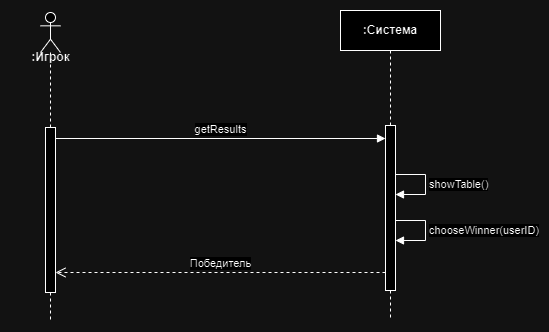
This is images/lab3.p2.png from Katya-tch/RTIPPO, a draw.io export, as it was before one commit. Source tidied: cells renumbered, new cells last; positions are measured from the earlier drawing's top-left corner, leaving out a move shared by most shapes. Source of this version:
```xml
<mxGraphModel>
  <root>
    <mxCell id="0" />
    <mxCell id="1" parent="0" />
    <mxCell id="2" value="&lt;div&gt;&lt;br&gt;&lt;/div&gt;" style="shape=umlLifeline;perimeter=lifelinePerimeter;whiteSpace=wrap;html=1;newEdgeStyle={&quot;curved&quot;:0,&quot;rounded&quot;:0};participant=umlActor;" parent="1" vertex="1">
      <mxGeometry x="30" y="2" width="20" height="308" as="geometry" />
    </mxCell>
    <mxCell id="3" style="html=1;perimeter=orthogonalPerimeter;targetShapes=umlLifeline;newEdgeStyle={&quot;curved&quot;:0,&quot;rounded&quot;:0};" parent="2" vertex="1">
      <mxGeometry x="5" y="115" width="10" height="165" as="geometry" />
    </mxCell>
    <mxCell id="4" value=":Система" style="shape=umlLifeline;perimeter=lifelinePerimeter;whiteSpace=wrap;html=1;newEdgeStyle={&quot;curved&quot;:0,&quot;rounded&quot;:0};fontStyle=1;" parent="1" vertex="1">
      <mxGeometry x="330" width="100" height="310" as="geometry" />
    </mxCell>
    <mxCell id="5" style="html=1;perimeter=orthogonalPerimeter;targetShapes=umlLifeline;newEdgeStyle={&quot;curved&quot;:0,&quot;rounded&quot;:0};" parent="4" vertex="1">
      <mxGeometry x="45" y="115" width="10" height="165" as="geometry" />
    </mxCell>
    <mxCell id="6" value="getResults" style="html=1;verticalAlign=bottom;endArrow=block;curved=0;rounded=0;" parent="1" edge="1">
      <mxGeometry relative="1" as="geometry">
        <mxPoint x="45" y="128" as="sourcePoint" />
        <mxPoint x="375" y="128" as="targetPoint" />
      </mxGeometry>
    </mxCell>
    <mxCell id="7" value=":Игрок" style="text;align=center;fontStyle=1;verticalAlign=middle;spacingLeft=3;spacingRight=3;strokeColor=none;html=1;" parent="1" vertex="1">
      <mxGeometry y="34" width="80" height="26" as="geometry" />
    </mxCell>
    <mxCell id="8" value="Победитель" style="html=1;verticalAlign=bottom;endArrow=open;dashed=1;endSize=8;curved=0;rounded=0;" parent="1" edge="1">
      <mxGeometry relative="1" as="geometry">
        <mxPoint x="375" y="262" as="sourcePoint" />
        <mxPoint x="45" y="262" as="targetPoint" />
      </mxGeometry>
    </mxCell>
    <mxCell id="9" value="showTable()" style="html=1;align=left;spacingLeft=2;endArrow=block;rounded=0;edgeStyle=orthogonalEdgeStyle;curved=0;rounded=0;" parent="1" edge="1">
      <mxGeometry relative="1" as="geometry">
        <mxPoint x="385" y="164" as="sourcePoint" />
        <mxPoint x="385" y="184" as="targetPoint" />
        <Array as="points">
          <mxPoint x="415" y="164" />
          <mxPoint x="415" y="184" />
        </Array>
      </mxGeometry>
    </mxCell>
    <mxCell id="10" value="chooseWinner(userID)" style="html=1;align=left;spacingLeft=2;endArrow=block;rounded=0;edgeStyle=orthogonalEdgeStyle;curved=0;rounded=0;" parent="1" edge="1">
      <mxGeometry relative="1" as="geometry">
        <mxPoint x="385" y="210" as="sourcePoint" />
        <mxPoint x="385" y="230" as="targetPoint" />
        <Array as="points">
          <mxPoint x="415" y="210" />
          <mxPoint x="415" y="230" />
        </Array>
      </mxGeometry>
    </mxCell>
  </root>
</mxGraphModel>
```
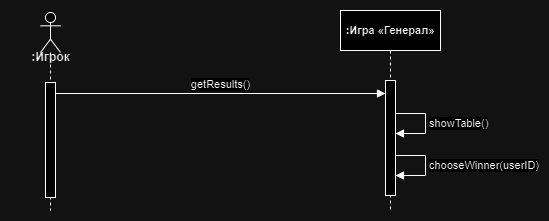
After the commit.

Diff of the diagram source:
```diff
@@ -3,49 +3,43 @@
     <mxCell id="0" />
     <mxCell id="1" parent="0" />
     <mxCell id="2" value="&lt;div&gt;&lt;br&gt;&lt;/div&gt;" style="shape=umlLifeline;perimeter=lifelinePerimeter;whiteSpace=wrap;html=1;newEdgeStyle={&quot;curved&quot;:0,&quot;rounded&quot;:0};participant=umlActor;" parent="1" vertex="1">
-      <mxGeometry x="30" y="2" width="20" height="308" as="geometry" />
+      <mxGeometry x="30" y="2" width="20" height="198" as="geometry" />
     </mxCell>
     <mxCell id="3" style="html=1;perimeter=orthogonalPerimeter;targetShapes=umlLifeline;newEdgeStyle={&quot;curved&quot;:0,&quot;rounded&quot;:0};" parent="2" vertex="1">
-      <mxGeometry x="5" y="115" width="10" height="165" as="geometry" />
+      <mxGeometry x="5" y="70" width="10" height="115" as="geometry" />
     </mxCell>
-    <mxCell id="4" value=":Система" style="shape=umlLifeline;perimeter=lifelinePerimeter;whiteSpace=wrap;html=1;newEdgeStyle={&quot;curved&quot;:0,&quot;rounded&quot;:0};fontStyle=1;" parent="1" vertex="1">
-      <mxGeometry x="330" width="100" height="310" as="geometry" />
+    <mxCell id="4" value="&lt;span style=&quot;font-size: 11px;&quot;&gt;:Игра&amp;nbsp;«Генерал»&lt;/span&gt;" style="shape=umlLifeline;perimeter=lifelinePerimeter;whiteSpace=wrap;html=1;newEdgeStyle={&quot;curved&quot;:0,&quot;rounded&quot;:0};fontStyle=1;" parent="1" vertex="1">
+      <mxGeometry x="330" width="100" height="200" as="geometry" />
     </mxCell>
     <mxCell id="5" style="html=1;perimeter=orthogonalPerimeter;targetShapes=umlLifeline;newEdgeStyle={&quot;curved&quot;:0,&quot;rounded&quot;:0};" parent="4" vertex="1">
-      <mxGeometry x="45" y="115" width="10" height="165" as="geometry" />
+      <mxGeometry x="45" y="70" width="10" height="115" as="geometry" />
     </mxCell>
-    <mxCell id="6" value="getResults" style="html=1;verticalAlign=bottom;endArrow=block;curved=0;rounded=0;" parent="1" edge="1">
+    <mxCell id="6" value="getResults()" style="html=1;verticalAlign=bottom;endArrow=block;curved=0;rounded=0;" parent="1" edge="1">
       <mxGeometry relative="1" as="geometry">
-        <mxPoint x="45" y="128" as="sourcePoint" />
-        <mxPoint x="375" y="128" as="targetPoint" />
+        <mxPoint x="45" y="83" as="sourcePoint" />
+        <mxPoint x="375" y="83" as="targetPoint" />
       </mxGeometry>
     </mxCell>
     <mxCell id="7" value=":Игрок" style="text;align=center;fontStyle=1;verticalAlign=middle;spacingLeft=3;spacingRight=3;strokeColor=none;html=1;" parent="1" vertex="1">
       <mxGeometry y="34" width="80" height="26" as="geometry" />
     </mxCell>
-    <mxCell id="8" value="Победитель" style="html=1;verticalAlign=bottom;endArrow=open;dashed=1;endSize=8;curved=0;rounded=0;" parent="1" edge="1">
-      <mxGeometry relative="1" as="geometry">
-        <mxPoint x="375" y="262" as="sourcePoint" />
-        <mxPoint x="45" y="262" as="targetPoint" />
-      </mxGeometry>
-    </mxCell>
     <mxCell id="9" value="showTable()" style="html=1;align=left;spacingLeft=2;endArrow=block;rounded=0;edgeStyle=orthogonalEdgeStyle;curved=0;rounded=0;" parent="1" edge="1">
       <mxGeometry relative="1" as="geometry">
-        <mxPoint x="385" y="164" as="sourcePoint" />
-        <mxPoint x="385" y="184" as="targetPoint" />
+        <mxPoint x="385" y="103" as="sourcePoint" />
+        <mxPoint x="385" y="123" as="targetPoint" />
         <Array as="points">
-          <mxPoint x="415" y="164" />
-          <mxPoint x="415" y="184" />
+          <mxPoint x="415" y="103" />
+          <mxPoint x="415" y="123" />
         </Array>
       </mxGeometry>
     </mxCell>
     <mxCell id="10" value="chooseWinner(userID)" style="html=1;align=left;spacingLeft=2;endArrow=block;rounded=0;edgeStyle=orthogonalEdgeStyle;curved=0;rounded=0;" parent="1" edge="1">
       <mxGeometry relative="1" as="geometry">
-        <mxPoint x="385" y="210" as="sourcePoint" />
-        <mxPoint x="385" y="230" as="targetPoint" />
+        <mxPoint x="385" y="145" as="sourcePoint" />
+        <mxPoint x="385" y="165" as="targetPoint" />
         <Array as="points">
-          <mxPoint x="415" y="210" />
-          <mxPoint x="415" y="230" />
+          <mxPoint x="415" y="145" />
+          <mxPoint x="415" y="165" />
         </Array>
       </mxGeometry>
     </mxCell>
```
